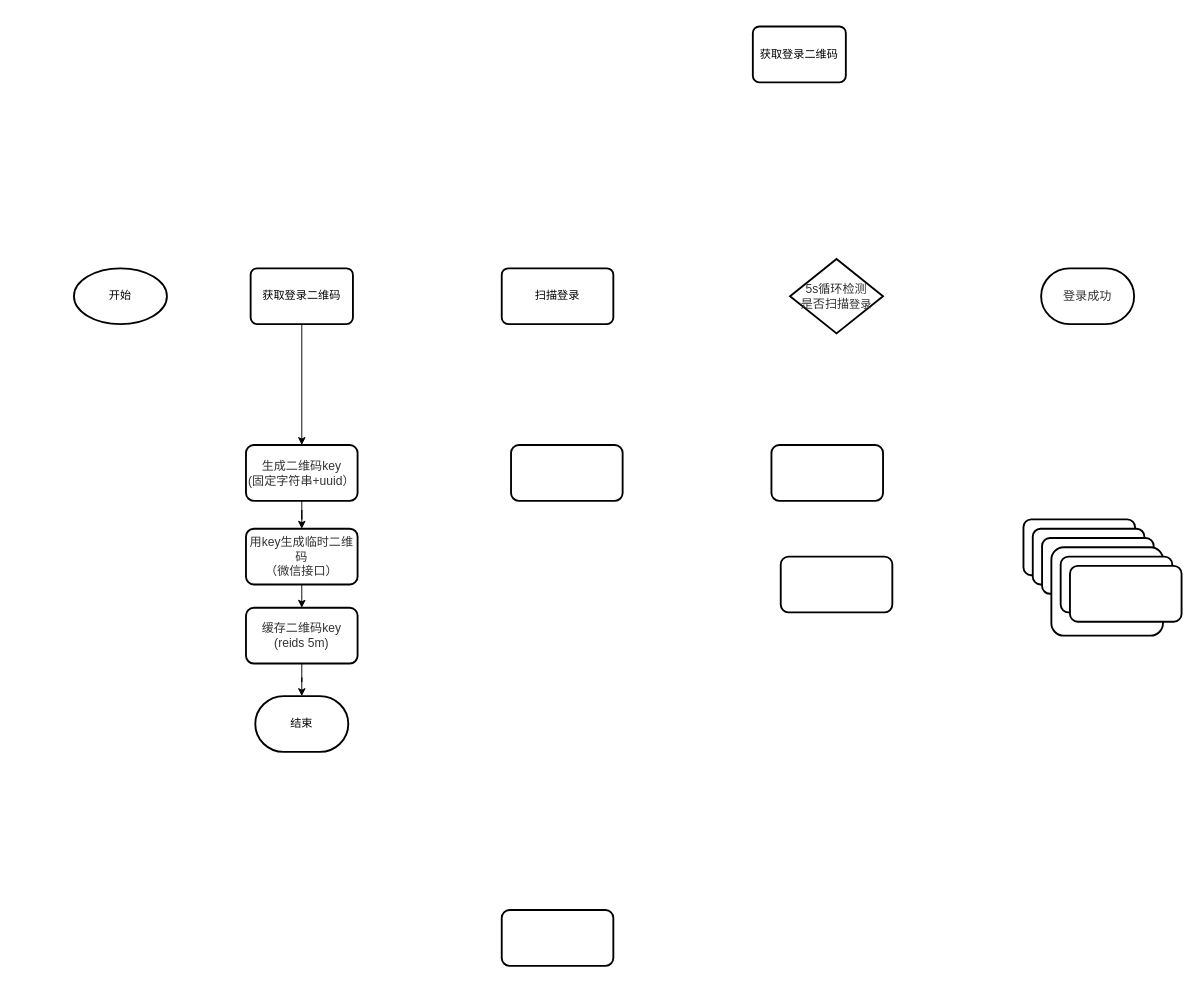
xiell2016/hetaoDesign keeps this draw.io diagram as 登录.drawio. Above is the earlier version. Source tidied: cells renumbered, new cells numbered last; positions are measured from the earlier drawing's top-left corner, leaving out a move shared by most shapes. Both pictures are drawn from the tidied source at 93%, with x=0, y=0 at pixel (73, 26).
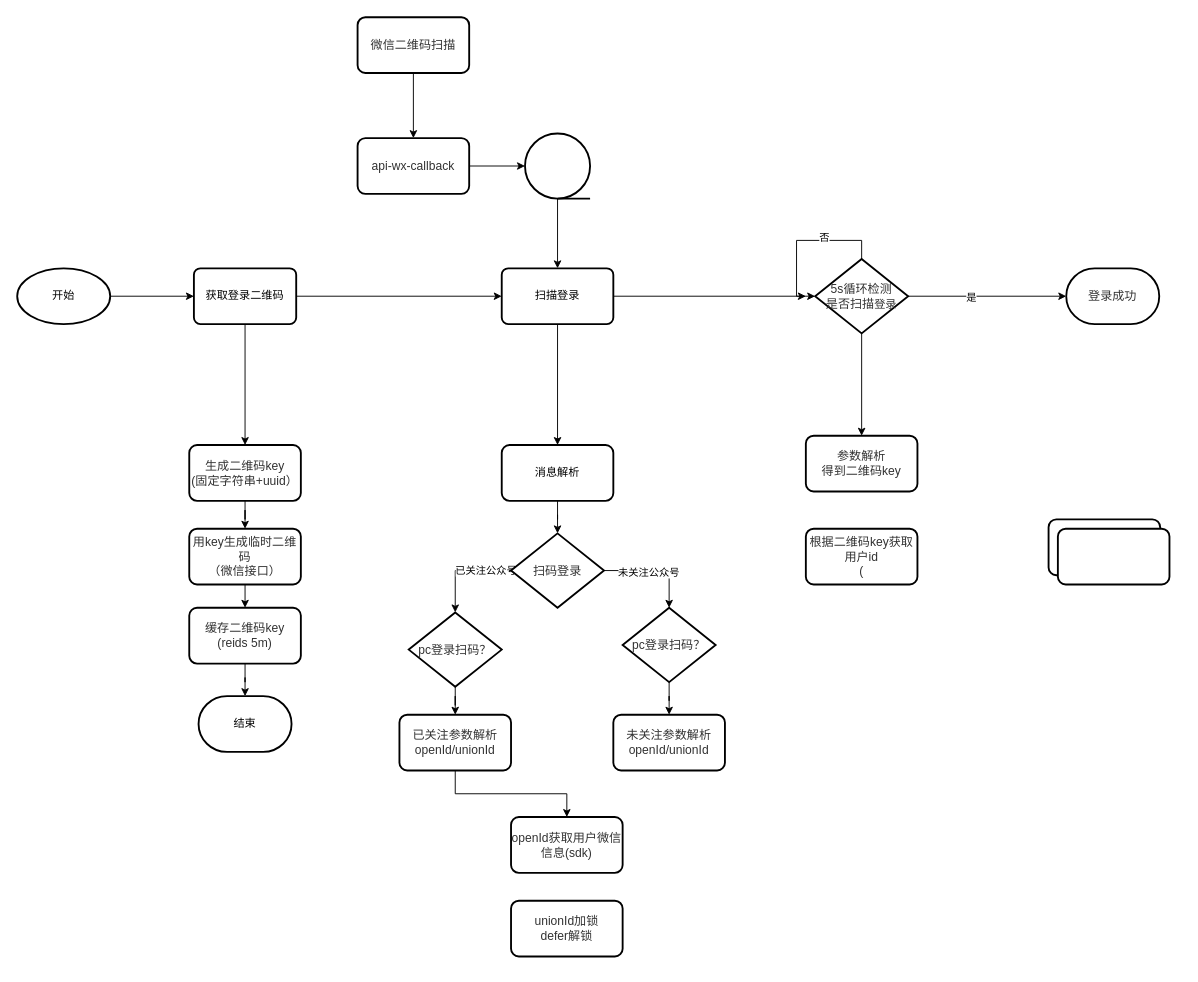
The same diagram, later.

Unchanged cells that the change refers to:
```xml
<mxCell id="6" value="扫描登录" style="rounded=1;whiteSpace=wrap;html=1;absoluteArcSize=1;arcSize=14;strokeWidth=2;" parent="1" vertex="1">
  <mxGeometry x="460" y="260" width="120" height="60" as="geometry" />
</mxCell>
```

The edit, as a diff of the source:
```diff
@@
+    <mxCell id="26" style="edgeStyle=orthogonalEdgeStyle;rounded=0;jettySize=auto;html=1;exitX=1;exitY=0.5;exitDx=0;exitDy=0;exitPerimeter=0;" parent="1" edge="1" source="2" target="4">
+      <mxGeometry relative="1" as="geometry" />
+    </mxCell>
     <mxCell id="2" value="开始" style="strokeWidth=2;html=1;shape=mxgraph.flowchart.start_1;whiteSpace=wrap;" parent="1" vertex="1">
-      <mxGeometry y="260" width="100" height="60" as="geometry" />
+      <mxGeometry x="-61" y="260" width="100" height="60" as="geometry" />
     </mxCell>
@@
+    <mxCell id="27" style="edgeStyle=orthogonalEdgeStyle;rounded=0;jettySize=auto;html=1;exitX=1;exitY=0.5;exitDx=0;exitDy=0;entryX=0;entryY=0.5;entryDx=0;entryDy=0;" parent="1" edge="1" source="4" target="6">
+      <mxGeometry relative="1" as="geometry" />
+    </mxCell>
     <mxCell id="4" value="获取登录二维码" style="rounded=1;whiteSpace=wrap;html=1;absoluteArcSize=1;arcSize=14;strokeWidth=2;" parent="1" vertex="1">
-      <mxGeometry x="190" y="260" width="110" height="60" as="geometry" />
+      <mxGeometry x="129" y="260" width="110" height="60" as="geometry" />
     </mxCell>
-    <mxCell id="5" value="获取登录二维码" style="rounded=1;whiteSpace=wrap;html=1;absoluteArcSize=1;arcSize=14;strokeWidth=2;" parent="1" vertex="1">
-      <mxGeometry x="730" width="100" height="60" as="geometry" />
-    </mxCell>
+    <mxCell id="28" style="edgeStyle=orthogonalEdgeStyle;rounded=0;jettySize=auto;html=1;exitX=1;exitY=0.5;exitDx=0;exitDy=0;" parent="1" edge="1" source="6" target="7">
+      <mxGeometry relative="1" as="geometry" />
+    </mxCell>
+    <mxCell id="29" style="edgeStyle=orthogonalEdgeStyle;rounded=0;jettySize=auto;html=1;exitX=0.5;exitY=1;exitDx=0;exitDy=0;" parent="1" edge="1" source="6" target="19">
+      <mxGeometry relative="1" as="geometry" />
+    </mxCell>
@@
+    <mxCell id="30" style="edgeStyle=orthogonalEdgeStyle;rounded=0;jettySize=auto;html=1;exitX=0.5;exitY=0;exitDx=0;exitDy=0;exitPerimeter=0;" parent="1" edge="1" source="7">
+      <mxGeometry relative="1" as="geometry">
+        <mxPoint x="787" y="290" as="targetPoint" />
+        <Array as="points">
+          <mxPoint x="847" y="230" />
+          <mxPoint x="777" y="230" />
+          <mxPoint x="777" y="290" />
+        </Array>
+      </mxGeometry>
+    </mxCell>
+    <mxCell id="31" value="否" style="edgeLabel;html=1;align=center;verticalAlign=middle;" parent="30" vertex="1">
+      <mxGeometry x="-0.24" y="-4" relative="1" as="geometry" />
+    </mxCell>
+    <mxCell id="32" style="edgeStyle=orthogonalEdgeStyle;rounded=0;jettySize=auto;html=1;exitX=1;exitY=0.5;exitDx=0;exitDy=0;exitPerimeter=0;" parent="1" edge="1" source="7" target="8">
+      <mxGeometry relative="1" as="geometry" />
+    </mxCell>
+    <mxCell id="33" value="是" style="edgeLabel;html=1;align=center;verticalAlign=middle;" parent="32" vertex="1">
+      <mxGeometry x="-0.21" y="-1" relative="1" as="geometry" />
+    </mxCell>
+    <mxCell id="34" style="edgeStyle=orthogonalEdgeStyle;rounded=0;jettySize=auto;html=1;exitX=0.5;exitY=1;exitDx=0;exitDy=0;exitPerimeter=0;" parent="1" edge="1" source="7" target="14">
+      <mxGeometry relative="1" as="geometry" />
+    </mxCell>
     <mxCell id="7" value="&lt;div style=&quot;resize: none ; outline: none ; font-size: 13px ; color: rgb(50 , 50 , 50) ; background-color: rgba(255 , 255 , 255 , 0.008)&quot;&gt;5s循环检测&lt;/div&gt;&lt;span style=&quot;color: rgb(50 , 50 , 50) ; font-size: 13px ; background-color: rgba(255 , 255 , 255 , 0.008)&quot;&gt;是否扫描&lt;/span&gt;&lt;span style=&quot;color: rgb(50 , 50 , 50) ; font-size: inherit ; background-color: rgba(255 , 255 , 255 , 0.008)&quot;&gt;登录&lt;/span&gt;" style="strokeWidth=2;html=1;shape=mxgraph.flowchart.decision;whiteSpace=wrap;" parent="1" vertex="1">
-      <mxGeometry x="770" y="250" width="100" height="80" as="geometry" />
+      <mxGeometry x="797" y="250" width="100" height="80" as="geometry" />
     </mxCell>
     <mxCell id="8" value="&lt;span style=&quot;color: rgb(50 , 50 , 50) ; font-size: 13px ; background-color: rgba(255 , 255 , 255 , 0.008)&quot;&gt;登录成功&lt;/span&gt;" style="strokeWidth=2;html=1;shape=mxgraph.flowchart.terminator;whiteSpace=wrap;" parent="1" vertex="1">
-      <mxGeometry x="1040" y="260" width="100" height="60" as="geometry" />
+      <mxGeometry x="1067" y="260" width="100" height="60" as="geometry" />
     </mxCell>
     <mxCell id="9" value="结束" style="strokeWidth=2;html=1;shape=mxgraph.flowchart.terminator;whiteSpace=wrap;" parent="1" vertex="1">
-      <mxGeometry x="195" y="720" width="100" height="60" as="geometry" />
+      <mxGeometry x="134" y="720" width="100" height="60" as="geometry" />
     </mxCell>
     <mxCell id="10" style="whiteSpace=wrap;html=1;rounded=1;strokeWidth=2;arcSize=14;" parent="1" vertex="1">
-      <mxGeometry x="1021" y="530" width="120" height="60" as="geometry" />
+      <mxGeometry x="1048" y="530" width="120" height="60" as="geometry" />
     </mxCell>
     <mxCell id="11" style="whiteSpace=wrap;html=1;rounded=1;strokeWidth=2;arcSize=14;" parent="1" vertex="1">
-      <mxGeometry x="1031" y="540" width="120" height="60" as="geometry" />
+      <mxGeometry x="1058" y="540" width="120" height="60" as="geometry" />
     </mxCell>
-    <mxCell id="12" style="whiteSpace=wrap;html=1;rounded=1;strokeWidth=2;arcSize=14;" parent="1" vertex="1">
-      <mxGeometry x="1041" y="550" width="120" height="60" as="geometry" />
+    <mxCell id="12" value="&lt;span style=&quot;color: rgb(50 , 50 , 50) ; font-size: 13px ; background-color: rgba(255 , 255 , 255 , 0.008)&quot;&gt;根据二维码key获取用户id&lt;/span&gt;&lt;div style=&quot;resize: none ; outline: none ; font-size: 13px ; color: rgb(50 , 50 , 50) ; background-color: rgba(255 , 255 , 255 , 0.008)&quot;&gt;(&lt;/div&gt;" style="whiteSpace=wrap;html=1;rounded=1;strokeWidth=2;arcSize=14;" parent="1" vertex="1">
+      <mxGeometry x="787" y="540" width="120" height="60" as="geometry" />
     </mxCell>
-    <mxCell id="13" style="whiteSpace=wrap;html=1;rounded=1;strokeWidth=2;arcSize=14;" parent="1" vertex="1">
-      <mxGeometry x="1051" y="560" width="120" height="95" as="geometry" />
-    </mxCell>
-    <mxCell id="14" style="whiteSpace=wrap;html=1;rounded=1;strokeWidth=2;arcSize=14;" parent="1" vertex="1">
-      <mxGeometry x="1061" y="570" width="120" height="60" as="geometry" />
+    <mxCell id="14" value="&lt;span style=&quot;color: rgb(50 , 50 , 50) ; font-size: 13px ; background-color: rgba(255 , 255 , 255 , 0.008)&quot;&gt;参数解析&lt;/span&gt;&lt;div style=&quot;resize: none ; outline: none ; font-size: 13px ; color: rgb(50 , 50 , 50) ; background-color: rgba(255 , 255 , 255 , 0.008)&quot;&gt;得到二维码key&lt;/div&gt;" style="whiteSpace=wrap;html=1;rounded=1;strokeWidth=2;arcSize=14;" parent="1" vertex="1">
+      <mxGeometry x="787" y="440" width="120" height="60" as="geometry" />
     </mxCell>
+    <mxCell id="35" style="edgeStyle=orthogonalEdgeStyle;rounded=0;jettySize=auto;html=1;exitX=0.5;exitY=1;exitDx=0;exitDy=0;" parent="1" edge="1" source="15" target="48">
+      <mxGeometry relative="1" as="geometry" />
+    </mxCell>
-    <mxCell id="15" style="whiteSpace=wrap;html=1;rounded=1;strokeWidth=2;arcSize=14;" parent="1" vertex="1">
-      <mxGeometry x="1071" y="580" width="120" height="60" as="geometry" />
+    <mxCell id="15" value="&lt;span style=&quot;color: rgb(50 , 50 , 50) ; font-size: 13px ; background-color: rgba(255 , 255 , 255 , 0.008)&quot;&gt;微信二维码扫描&lt;/span&gt;" style="whiteSpace=wrap;html=1;rounded=1;strokeWidth=2;arcSize=14;" parent="1" vertex="1">
+      <mxGeometry x="305" y="-10" width="120" height="60" as="geometry" />
     </mxCell>
-    <mxCell id="16" style="whiteSpace=wrap;html=1;rounded=1;strokeWidth=2;arcSize=14;" parent="1" vertex="1">
-      <mxGeometry x="460" y="950" width="120" height="60" as="geometry" />
+    <mxCell id="16" value="&lt;span style=&quot;color: rgb(50 , 50 , 50) ; font-size: 13px ; background-color: rgba(255 , 255 , 255 , 0.008)&quot;&gt;unionId加锁&lt;/span&gt;&lt;div style=&quot;resize: none ; outline: none ; font-size: 13px ; color: rgb(50 , 50 , 50) ; background-color: rgba(255 , 255 , 255 , 0.008)&quot;&gt;defer解锁&lt;/div&gt;" style="whiteSpace=wrap;html=1;rounded=1;strokeWidth=2;arcSize=14;" parent="1" vertex="1">
+      <mxGeometry x="470" y="940" width="120" height="60" as="geometry" />
     </mxCell>
+    <mxCell id="36" style="edgeStyle=orthogonalEdgeStyle;rounded=0;jettySize=auto;html=1;" parent="1" edge="1" source="17" target="52">
+      <mxGeometry relative="1" as="geometry" />
+    </mxCell>
-    <mxCell id="17" style="whiteSpace=wrap;html=1;rounded=1;strokeWidth=2;arcSize=14;" parent="1" vertex="1">
-      <mxGeometry x="760" y="570" width="120" height="60" as="geometry" />
+    <mxCell id="17" value="&lt;span style=&quot;color: rgb(50 , 50 , 50) ; font-size: 13px ; background-color: rgba(255 , 255 , 255 , 0.008)&quot;&gt;已关注参数解析&lt;/span&gt;&lt;div style=&quot;resize: none ; outline: none ; font-size: 13px ; color: rgb(50 , 50 , 50) ; background-color: rgba(255 , 255 , 255 , 0.008)&quot;&gt;openId/unionId&lt;/div&gt;" style="whiteSpace=wrap;html=1;rounded=1;strokeWidth=2;arcSize=14;" parent="1" vertex="1">
+      <mxGeometry x="350" y="740" width="120" height="60" as="geometry" />
     </mxCell>
-    <mxCell id="18" style="whiteSpace=wrap;html=1;rounded=1;strokeWidth=2;arcSize=14;" parent="1" vertex="1">
-      <mxGeometry x="750" y="450" width="120" height="60" as="geometry" />
-    </mxCell>
+    <mxCell id="37" style="edgeStyle=orthogonalEdgeStyle;rounded=0;jettySize=auto;html=1;exitX=0.5;exitY=1;exitDx=0;exitDy=0;" parent="1" edge="1" source="19" target="42">
+      <mxGeometry relative="1" as="geometry" />
+    </mxCell>
-    <mxCell id="19" style="whiteSpace=wrap;html=1;rounded=1;strokeWidth=2;arcSize=14;" parent="1" vertex="1">
-      <mxGeometry x="470" y="450" width="120" height="60" as="geometry" />
+    <mxCell id="19" value="消息解析" style="whiteSpace=wrap;html=1;rounded=1;strokeWidth=2;arcSize=14;" parent="1" vertex="1">
+      <mxGeometry x="460" y="450" width="120" height="60" as="geometry" />
     </mxCell>
@@
     <mxCell id="21" value="&lt;span style=&quot;color: rgb(50 , 50 , 50) ; font-size: 13px ; background-color: rgba(255 , 255 , 255 , 0.008)&quot;&gt;缓存二维码key (reids 5m)&lt;/span&gt;" style="whiteSpace=wrap;html=1;rounded=1;strokeWidth=2;arcSize=14;" parent="1" vertex="1">
-      <mxGeometry x="185" y="625" width="120" height="60" as="geometry" />
+      <mxGeometry x="124" y="625" width="120" height="60" as="geometry" />
     </mxCell>
@@
     <mxCell id="23" value="&lt;span style=&quot;color: rgb(50 , 50 , 50) ; font-size: 13px ; background-color: rgba(255 , 255 , 255 , 0.008)&quot;&gt;用key生成临时二维码&lt;/span&gt;&lt;div style=&quot;resize: none ; outline: none ; font-size: 13px ; color: rgb(50 , 50 , 50) ; background-color: rgba(255 , 255 , 255 , 0.008)&quot;&gt;（微信接口）&lt;/div&gt;" style="whiteSpace=wrap;html=1;rounded=1;strokeWidth=2;arcSize=14;" parent="1" vertex="1">
-      <mxGeometry x="185" y="540" width="120" height="60" as="geometry" />
+      <mxGeometry x="124" y="540" width="120" height="60" as="geometry" />
     </mxCell>
@@
     <mxCell id="25" value="&lt;span style=&quot;color: rgb(50 , 50 , 50) ; font-size: 13px ; background-color: rgba(255 , 255 , 255 , 0.008)&quot;&gt;生成二维码key&lt;/span&gt;&lt;div style=&quot;resize: none ; outline: none ; font-size: 13px ; color: rgb(50 , 50 , 50) ; background-color: rgba(255 , 255 , 255 , 0.008)&quot;&gt;(固定字符串+uuid）&lt;/div&gt;" style="whiteSpace=wrap;html=1;rounded=1;strokeWidth=2;arcSize=14;" parent="1" vertex="1">
-      <mxGeometry x="185" y="450" width="120" height="60" as="geometry" />
+      <mxGeometry x="124" y="450" width="120" height="60" as="geometry" />
     </mxCell>
+    <mxCell id="38" style="edgeStyle=orthogonalEdgeStyle;rounded=0;jettySize=auto;html=1;exitX=0;exitY=0.5;exitDx=0;exitDy=0;exitPerimeter=0;" parent="1" edge="1" source="42" target="44">
+      <mxGeometry relative="1" as="geometry" />
+    </mxCell>
+    <mxCell id="39" value="已关注公众号" style="edgeLabel;html=1;align=center;verticalAlign=middle;" parent="38" vertex="1">
+      <mxGeometry x="-0.46" y="-1" relative="1" as="geometry" />
+    </mxCell>
+    <mxCell id="40" style="edgeStyle=orthogonalEdgeStyle;rounded=0;jettySize=auto;html=1;exitX=1;exitY=0.5;exitDx=0;exitDy=0;exitPerimeter=0;entryX=0.5;entryY=0;entryDx=0;entryDy=0;entryPerimeter=0;" parent="1" edge="1" source="42" target="46">
+      <mxGeometry relative="1" as="geometry" />
+    </mxCell>
+    <mxCell id="41" value="未关注公众号" style="edgeLabel;html=1;align=center;verticalAlign=middle;" parent="40" vertex="1">
+      <mxGeometry x="-0.15" y="-1" relative="1" as="geometry" />
+    </mxCell>
+    <mxCell id="42" value="&lt;div style=&quot;resize: none ; outline: none ; font-size: 13px ; color: rgb(50 , 50 , 50) ; background-color: rgba(255 , 255 , 255 , 0.008)&quot;&gt;&lt;span&gt;扫码登录&lt;/span&gt;&lt;br&gt;&lt;/div&gt;" style="strokeWidth=2;html=1;shape=mxgraph.flowchart.decision;whiteSpace=wrap;" parent="1" vertex="1">
+      <mxGeometry x="470" y="545" width="100" height="80" as="geometry" />
+    </mxCell>
+    <mxCell id="43" style="edgeStyle=orthogonalEdgeStyle;rounded=0;jettySize=auto;html=1;exitX=0.5;exitY=1;exitDx=0;exitDy=0;exitPerimeter=0;" parent="1" edge="1" source="44" target="17">
+      <mxGeometry relative="1" as="geometry" />
+    </mxCell>
+    <mxCell id="44" value="&lt;div style=&quot;resize: none ; outline: none ; font-size: 13px ; color: rgb(50 , 50 , 50) ; background-color: rgba(255 , 255 , 255 , 0.008)&quot;&gt;&lt;span&gt;pc登录扫码？&lt;/span&gt;&lt;br&gt;&lt;/div&gt;" style="strokeWidth=2;html=1;shape=mxgraph.flowchart.decision;whiteSpace=wrap;" parent="1" vertex="1">
+      <mxGeometry x="360" y="630" width="100" height="80" as="geometry" />
+    </mxCell>
+    <mxCell id="45" style="edgeStyle=orthogonalEdgeStyle;rounded=0;jettySize=auto;html=1;exitX=0.5;exitY=1;exitDx=0;exitDy=0;exitPerimeter=0;" parent="1" edge="1" source="46" target="51">
+      <mxGeometry relative="1" as="geometry" />
+    </mxCell>
+    <mxCell id="46" value="&lt;div style=&quot;resize: none ; outline: none ; font-size: 13px ; color: rgb(50 , 50 , 50) ; background-color: rgba(255 , 255 , 255 , 0.008)&quot;&gt;&lt;span&gt;pc登录扫码？&lt;/span&gt;&lt;br&gt;&lt;/div&gt;" style="strokeWidth=2;html=1;shape=mxgraph.flowchart.decision;whiteSpace=wrap;" parent="1" vertex="1">
+      <mxGeometry x="590" y="625" width="100" height="80" as="geometry" />
+    </mxCell>
+    <mxCell id="47" style="edgeStyle=orthogonalEdgeStyle;rounded=0;jettySize=auto;html=1;exitX=1;exitY=0.5;exitDx=0;exitDy=0;entryX=0;entryY=0.5;entryDx=0;entryDy=0;entryPerimeter=0;" parent="1" edge="1" source="48" target="50">
+      <mxGeometry relative="1" as="geometry" />
+    </mxCell>
+    <mxCell id="48" value="&lt;span style=&quot;color: rgb(50 , 50 , 50) ; font-size: 13px ; background-color: rgba(255 , 255 , 255 , 0.008)&quot;&gt;api-wx-callback&lt;/span&gt;" style="whiteSpace=wrap;html=1;rounded=1;strokeWidth=2;arcSize=14;" parent="1" vertex="1">
+      <mxGeometry x="305" y="120" width="120" height="60" as="geometry" />
+    </mxCell>
+    <mxCell id="49" style="edgeStyle=orthogonalEdgeStyle;rounded=0;jettySize=auto;html=1;exitX=0.5;exitY=1;exitDx=0;exitDy=0;exitPerimeter=0;" parent="1" edge="1" source="50" target="6">
+      <mxGeometry relative="1" as="geometry" />
+    </mxCell>
+    <mxCell id="50" style="strokeWidth=2;html=1;shape=mxgraph.flowchart.sequential_data;whiteSpace=wrap;" parent="1" vertex="1">
+      <mxGeometry x="485" y="115" width="70" height="70" as="geometry" />
+    </mxCell>
+    <mxCell id="51" value="&lt;span style=&quot;color: rgb(50 , 50 , 50) ; font-size: 13px ; background-color: rgba(255 , 255 , 255 , 0.008)&quot;&gt;未关注参数解析&lt;/span&gt;&lt;br style=&quot;color: rgb(50 , 50 , 50) ; font-size: 13px ; background-color: rgba(255 , 255 , 255 , 0.008)&quot;&gt;&lt;div style=&quot;resize: none ; outline: none ; font-size: 13px ; color: rgb(50 , 50 , 50) ; background-color: rgba(255 , 255 , 255 , 0.008)&quot;&gt;openId/unionId&lt;/div&gt;" style="whiteSpace=wrap;html=1;rounded=1;strokeWidth=2;arcSize=14;" parent="1" vertex="1">
+      <mxGeometry x="580" y="740" width="120" height="60" as="geometry" />
+    </mxCell>
+    <mxCell id="52" value="&lt;span style=&quot;color: rgb(50 , 50 , 50) ; font-size: 13px ; background-color: rgba(255 , 255 , 255 , 0.008)&quot;&gt;openId获取用户微信信息(sdk)&lt;/span&gt;" style="whiteSpace=wrap;html=1;rounded=1;strokeWidth=2;arcSize=14;" parent="1" vertex="1">
+      <mxGeometry x="470" y="850" width="120" height="60" as="geometry" />
+    </mxCell>
```
